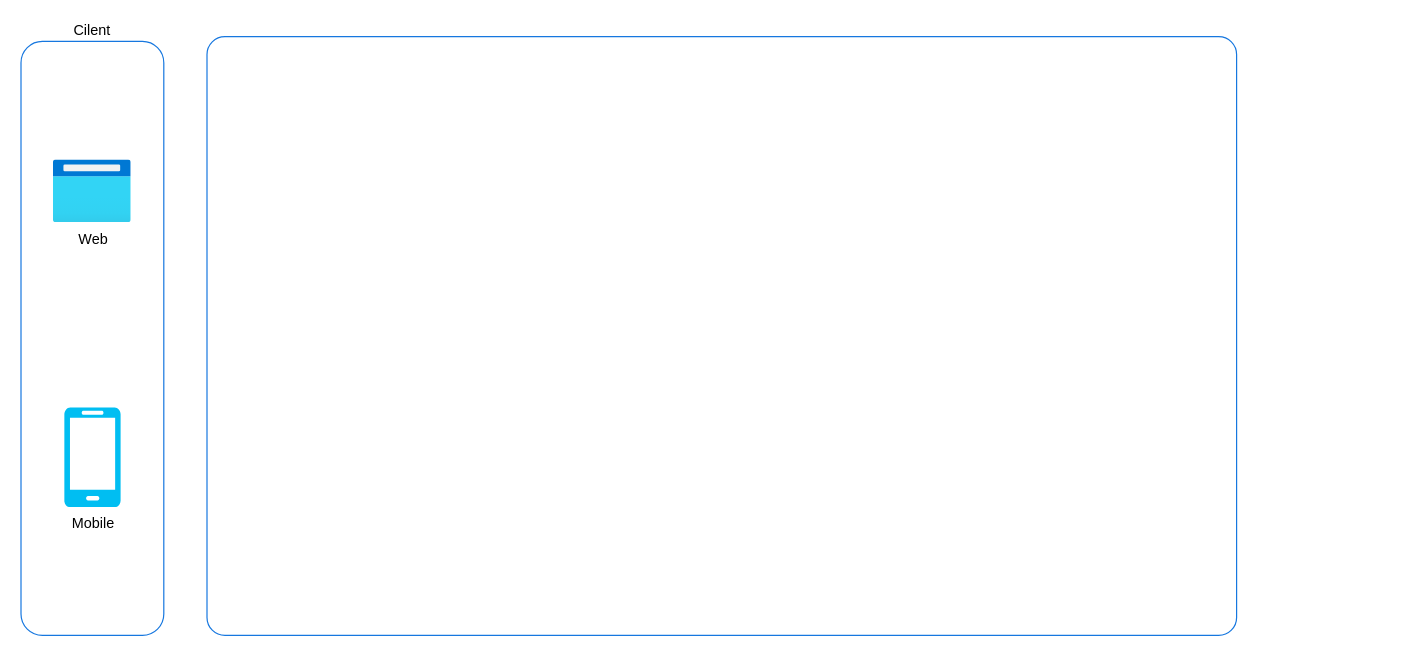
Before: 未命名绘图.drawio in shishisana/image, a draw.io diagram. Source tidied: cells renumbered, new cells numbered last; positions are measured from the earlier drawing's top-left corner, leaving out a move shared by most shapes. Both pictures are drawn from the tidied source at 120%, with x=0, y=0 at pixel (20, 36).
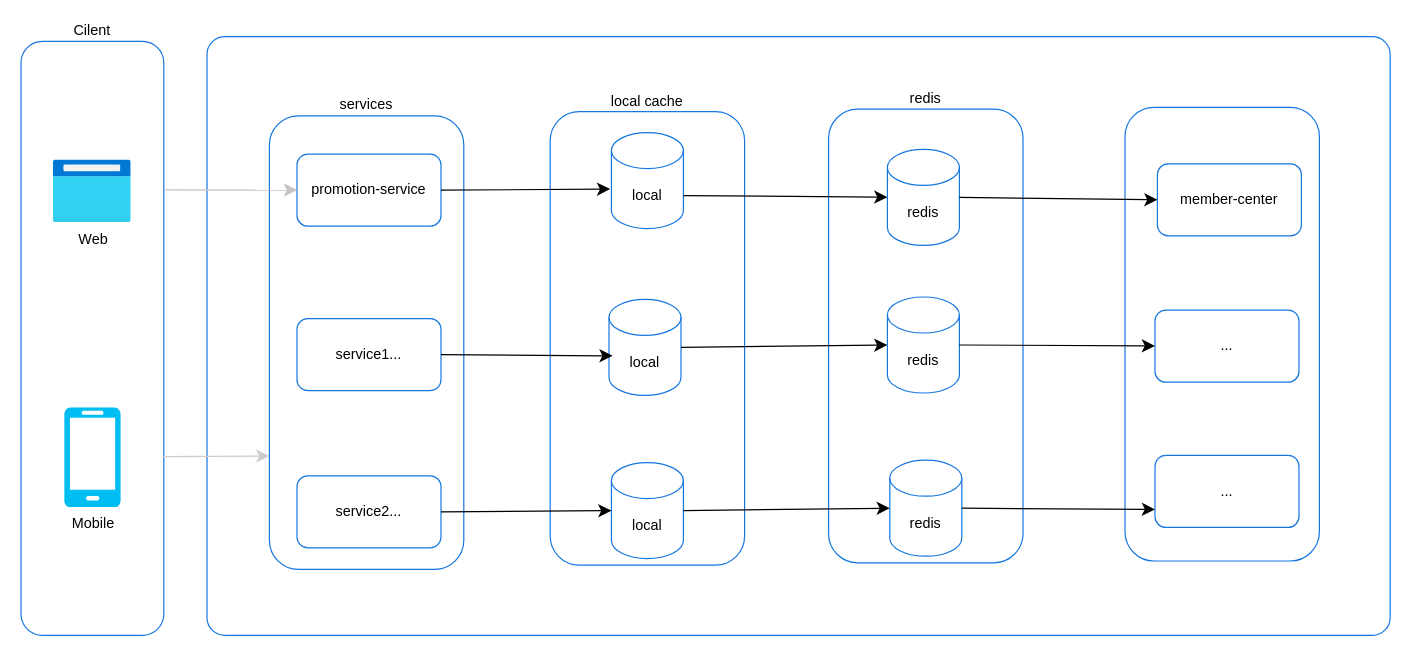
The same diagram, later.

Commit message:
更新未命名绘图.drawio

Unchanged cells that the change refers to:
```xml
<mxCell id="3" value="Cilent" style="rounded=1;whiteSpace=wrap;html=1;labelBackgroundColor=none;strokeColor=#1677df;gradientColor=none;labelPosition=center;verticalLabelPosition=top;align=center;verticalAlign=bottom;" parent="2" vertex="1">
  <mxGeometry width="119" height="495" as="geometry" />
</mxCell>
```

Change to the diagram source:
```diff
@@
     <mxCell id="6" style="rounded=1;whiteSpace=wrap;html=1;arcSize=3;strokeColor=#1677df;" parent="1" vertex="1">
-      <mxGeometry x="155" width="858" height="499" as="geometry" />
+      <mxGeometry x="155" width="986" height="499" as="geometry" />
     </mxCell>
+    <mxCell id="7" value="services" style="rounded=1;whiteSpace=wrap;html=1;strokeColor=#1677df;labelPosition=center;verticalLabelPosition=top;align=center;verticalAlign=bottom;" parent="1" vertex="1">
+      <mxGeometry x="207" y="66" width="162" height="378" as="geometry" />
+    </mxCell>
+    <mxCell id="8" value="promotion-service" style="rounded=1;whiteSpace=wrap;html=1;strokeColor=#1677df;" parent="1" vertex="1">
+      <mxGeometry x="230" y="98" width="120" height="60" as="geometry" />
+    </mxCell>
+    <mxCell id="9" value="service2..." style="rounded=1;whiteSpace=wrap;html=1;strokeColor=#1677df;" parent="1" vertex="1">
+      <mxGeometry x="230" y="366" width="120" height="60" as="geometry" />
+    </mxCell>
+    <mxCell id="10" value="service1..." style="rounded=1;whiteSpace=wrap;html=1;strokeColor=#1677df;" parent="1" vertex="1">
+      <mxGeometry x="230" y="235" width="120" height="60" as="geometry" />
+    </mxCell>
+    <mxCell id="11" style="edgeStyle=none;curved=1;rounded=0;jettySize=auto;html=1;exitX=1;exitY=0.25;exitDx=0;exitDy=0;fontSize=12;startSize=8;endSize=8;strokeColor=#c7c2c4;" parent="1" edge="1" source="3" target="8">
+      <mxGeometry relative="1" as="geometry" />
+    </mxCell>
+    <mxCell id="12" style="edgeStyle=none;curved=1;rounded=0;jettySize=auto;html=1;entryX=0;entryY=0.75;entryDx=0;entryDy=0;fontSize=12;startSize=8;endSize=8;strokeColor=#cfcacc;" parent="1" edge="1" target="7">
+      <mxGeometry relative="1" as="geometry">
+        <mxPoint x="118" y="350" as="sourcePoint" />
+      </mxGeometry>
+    </mxCell>
+    <mxCell id="13" style="group;" parent="1" vertex="1">
+      <mxGeometry x="441" y="62.5" width="162" height="378" as="geometry" />
+    </mxCell>
+    <mxCell id="14" value="&lt;div&gt;local cache&lt;/div&gt;" style="rounded=1;whiteSpace=wrap;html=1;strokeColor=#1677df;labelPosition=center;verticalLabelPosition=top;align=center;verticalAlign=bottom;" parent="13" vertex="1">
+      <mxGeometry width="162" height="378" as="geometry" />
+    </mxCell>
+    <mxCell id="15" value="local" style="shape=cylinder3;whiteSpace=wrap;html=1;boundedLbl=1;backgroundOutline=1;size=15;strokeColor=#1677df;" parent="13" vertex="1">
+      <mxGeometry x="51" y="17.5" width="60" height="80" as="geometry" />
+    </mxCell>
+    <mxCell id="16" value="local" style="shape=cylinder3;whiteSpace=wrap;html=1;boundedLbl=1;backgroundOutline=1;size=15;strokeColor=#1677df;" parent="13" vertex="1">
+      <mxGeometry x="49" y="156.5" width="60" height="80" as="geometry" />
+    </mxCell>
+    <mxCell id="17" value="local" style="shape=cylinder3;whiteSpace=wrap;html=1;boundedLbl=1;backgroundOutline=1;size=15;strokeColor=#1677df;" parent="13" vertex="1">
+      <mxGeometry x="51" y="292.5" width="60" height="80" as="geometry" />
+    </mxCell>
+    <mxCell id="18" style="group;" parent="1" vertex="1">
+      <mxGeometry x="673" y="60.5" width="162" height="378" as="geometry" />
+    </mxCell>
+    <mxCell id="19" value="&lt;div&gt;redis&lt;/div&gt;" style="rounded=1;whiteSpace=wrap;html=1;strokeColor=#1677df;labelPosition=center;verticalLabelPosition=top;align=center;verticalAlign=bottom;" parent="18" vertex="1">
+      <mxGeometry width="162" height="378" as="geometry" />
+    </mxCell>
+    <mxCell id="20" value="redis" style="shape=cylinder3;whiteSpace=wrap;html=1;boundedLbl=1;backgroundOutline=1;size=15;strokeColor=#1677df;" parent="18" vertex="1">
+      <mxGeometry x="49" y="33.5" width="60" height="80" as="geometry" />
+    </mxCell>
+    <mxCell id="21" value="redis" style="shape=cylinder3;whiteSpace=wrap;html=1;boundedLbl=1;backgroundOutline=1;size=15;strokeColor=#1677df;" parent="18" vertex="1">
+      <mxGeometry x="49" y="156.5" width="60" height="80" as="geometry" />
+    </mxCell>
+    <mxCell id="22" value="redis" style="shape=cylinder3;whiteSpace=wrap;html=1;boundedLbl=1;backgroundOutline=1;size=15;strokeColor=#1677df;" parent="18" vertex="1">
+      <mxGeometry x="51" y="292.5" width="60" height="80" as="geometry" />
+    </mxCell>
+    <mxCell id="23" style="group;" parent="1" vertex="1">
+      <mxGeometry x="920" y="59" width="162" height="378" as="geometry" />
+    </mxCell>
+    <mxCell id="24" style="rounded=1;whiteSpace=wrap;html=1;strokeColor=#1677df;labelPosition=center;verticalLabelPosition=top;align=center;verticalAlign=bottom;" parent="23" vertex="1">
+      <mxGeometry width="162" height="378" as="geometry" />
+    </mxCell>
+    <mxCell id="25" value="member-center" style="rounded=1;whiteSpace=wrap;html=1;strokeColor=#1677df;" parent="23" vertex="1">
+      <mxGeometry x="27" y="47" width="120" height="60" as="geometry" />
+    </mxCell>
+    <mxCell id="26" value="..." style="rounded=1;whiteSpace=wrap;html=1;strokeColor=#1677df;" parent="23" vertex="1">
+      <mxGeometry x="25" y="169" width="120" height="60" as="geometry" />
+    </mxCell>
+    <mxCell id="27" value="..." style="rounded=1;whiteSpace=wrap;html=1;strokeColor=#1677df;" parent="23" vertex="1">
+      <mxGeometry x="25" y="290" width="120" height="60" as="geometry" />
+    </mxCell>
+    <mxCell id="28" style="edgeStyle=none;curved=1;rounded=0;jettySize=auto;html=1;exitX=1;exitY=0.5;exitDx=0;exitDy=0;entryX=0.05;entryY=0.588;entryDx=0;entryDy=0;entryPerimeter=0;fontSize=12;startSize=8;endSize=8;" parent="1" edge="1" source="10" target="16">
+      <mxGeometry relative="1" as="geometry" />
+    </mxCell>
+    <mxCell id="29" style="edgeStyle=none;curved=1;rounded=0;jettySize=auto;html=1;exitX=1;exitY=0.5;exitDx=0;exitDy=0;entryX=0;entryY=0.5;entryDx=0;entryDy=0;entryPerimeter=0;fontSize=12;startSize=8;endSize=8;" parent="1" edge="1" source="9" target="17">
+      <mxGeometry relative="1" as="geometry" />
+    </mxCell>
+    <mxCell id="30" style="edgeStyle=none;curved=1;rounded=0;jettySize=auto;html=1;exitX=1;exitY=0;exitDx=0;exitDy=52.5;exitPerimeter=0;fontSize=12;startSize=8;endSize=8;" parent="1" edge="1" source="15" target="20">
+      <mxGeometry relative="1" as="geometry" />
+    </mxCell>
+    <mxCell id="31" style="edgeStyle=none;curved=1;rounded=0;jettySize=auto;html=1;exitX=1;exitY=0.5;exitDx=0;exitDy=0;exitPerimeter=0;entryX=0;entryY=0.5;entryDx=0;entryDy=0;entryPerimeter=0;fontSize=12;startSize=8;endSize=8;" parent="1" edge="1" source="16" target="21">
+      <mxGeometry relative="1" as="geometry" />
+    </mxCell>
+    <mxCell id="32" style="edgeStyle=none;curved=1;rounded=0;jettySize=auto;html=1;exitX=1;exitY=0.5;exitDx=0;exitDy=0;exitPerimeter=0;entryX=0;entryY=0.5;entryDx=0;entryDy=0;entryPerimeter=0;fontSize=12;startSize=8;endSize=8;" parent="1" edge="1" source="17" target="22">
+      <mxGeometry relative="1" as="geometry" />
+    </mxCell>
+    <mxCell id="33" style="edgeStyle=none;curved=1;rounded=0;jettySize=auto;html=1;exitX=1;exitY=0.5;exitDx=0;exitDy=0;exitPerimeter=0;entryX=0;entryY=0.5;entryDx=0;entryDy=0;fontSize=12;startSize=8;endSize=8;" parent="1" edge="1" source="20" target="25">
+      <mxGeometry relative="1" as="geometry" />
+    </mxCell>
+    <mxCell id="34" style="edgeStyle=none;curved=1;rounded=0;jettySize=auto;html=1;exitX=1;exitY=0.5;exitDx=0;exitDy=0;exitPerimeter=0;fontSize=12;startSize=8;endSize=8;" parent="1" edge="1" source="21" target="26">
+      <mxGeometry relative="1" as="geometry" />
+    </mxCell>
+    <mxCell id="35" style="edgeStyle=none;curved=1;rounded=0;jettySize=auto;html=1;exitX=1;exitY=0.5;exitDx=0;exitDy=0;exitPerimeter=0;entryX=0;entryY=0.75;entryDx=0;entryDy=0;fontSize=12;startSize=8;endSize=8;" parent="1" edge="1" source="22" target="27">
+      <mxGeometry relative="1" as="geometry" />
+    </mxCell>
+    <mxCell id="36" style="edgeStyle=none;curved=1;rounded=0;jettySize=auto;html=1;exitX=1;exitY=0.5;exitDx=0;exitDy=0;entryX=-0.017;entryY=0.588;entryDx=0;entryDy=0;entryPerimeter=0;fontSize=12;startSize=8;endSize=8;" parent="1" edge="1" source="8" target="15">
+      <mxGeometry relative="1" as="geometry" />
+    </mxCell>
```
